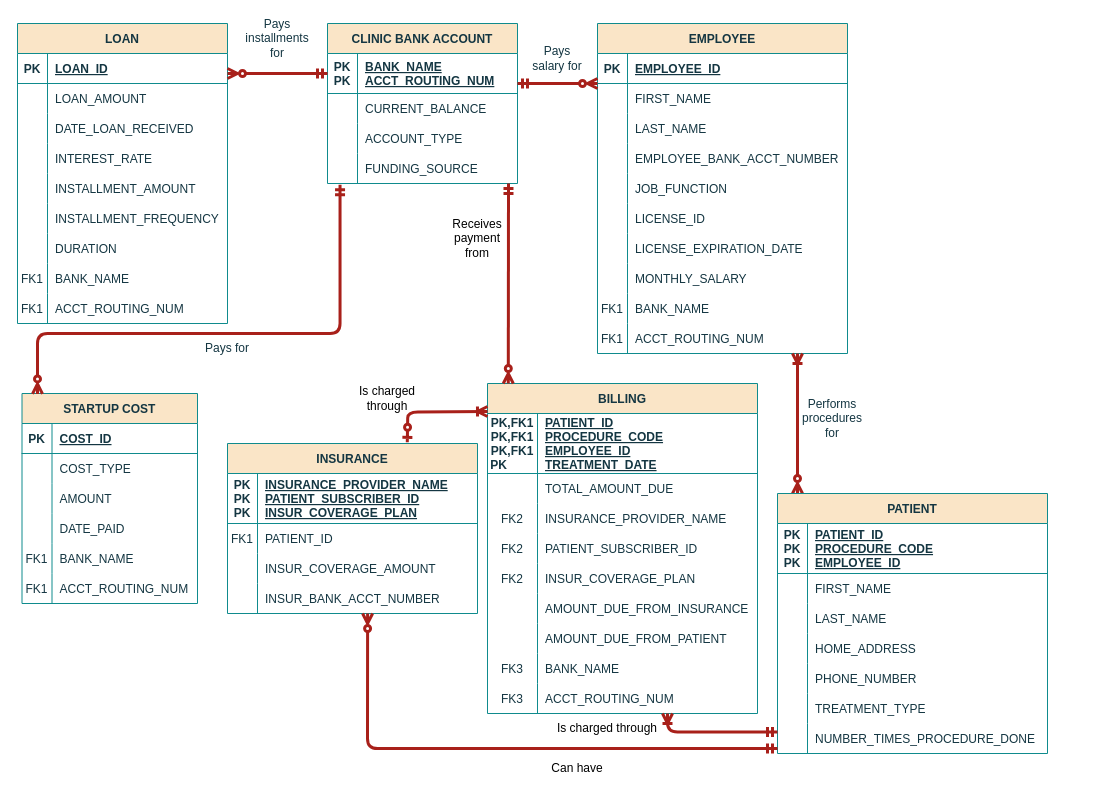
The draw.io diagram hw.drawio in donjuli990/HW1, before the edit. Source tidied: cells renumbered, new cells numbered last; positions are measured from the earlier drawing's top-left corner, leaving out a move shared by most shapes. Both pictures are drawn from the tidied source at 100%, with x=0, y=0 at pixel (17, 23).
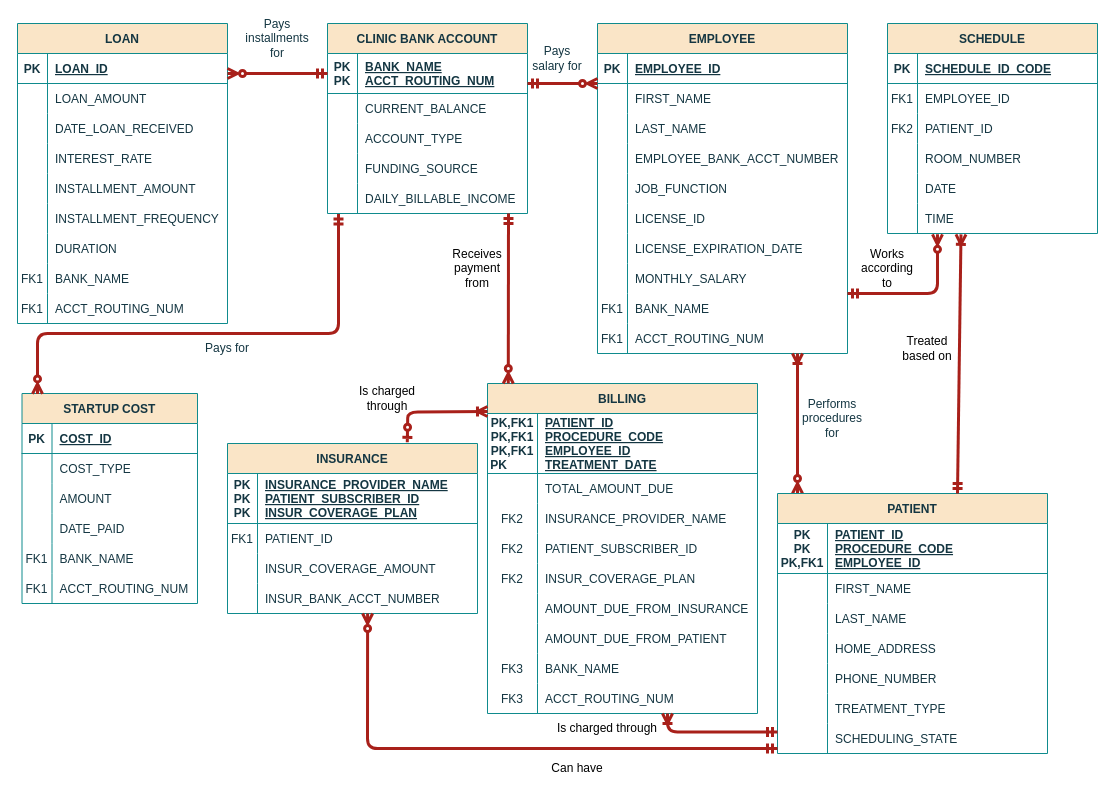
After the change.

The change refers to these unchanged cells:
```xml
<mxCell id="33" value="BILLING" style="shape=table;startSize=30;childLayout=tableLayout;rowLines=0;fontStyle=1;align=center;labelBackgroundColor=none;fillColor=#FAE5C7;strokeColor=#0F8B8D;fontColor=#143642;" parent="1" vertex="1">
  <mxGeometry x="470" y="360" width="270" height="330" as="geometry" />
</mxCell>
<mxCell id="147" style="shape=partialRectangle;fillColor=none;top=0;left=0;right=0;bottom=1;labelBackgroundColor=none;strokeColor=#0F8B8D;fontColor=#143642;" parent="146" vertex="1">
  <mxGeometry y="30" width="270" height="50" as="geometry" />
</mxCell>
<mxCell id="150" style="shape=partialRectangle;fillColor=none;top=0;left=0;right=0;bottom=0;labelBackgroundColor=none;strokeColor=#0F8B8D;fontColor=#143642;" parent="146" vertex="1">
  <mxGeometry y="80" width="270" height="30" as="geometry" />
</mxCell>
<mxCell id="153" style="shape=partialRectangle;fillColor=none;top=0;left=0;right=0;bottom=0;labelBackgroundColor=none;strokeColor=#0F8B8D;fontColor=#143642;" parent="146" vertex="1">
  <mxGeometry y="110" width="270" height="30" as="geometry" />
</mxCell>
<mxCell id="156" style="shape=partialRectangle;fillColor=none;top=0;left=0;right=0;bottom=0;labelBackgroundColor=none;strokeColor=#0F8B8D;fontColor=#143642;" parent="146" vertex="1">
  <mxGeometry y="140" width="270" height="30" as="geometry" />
</mxCell>
<mxCell id="159" style="shape=partialRectangle;fillColor=none;top=0;left=0;right=0;bottom=0;labelBackgroundColor=none;strokeColor=#0F8B8D;fontColor=#143642;" parent="146" vertex="1">
  <mxGeometry y="170" width="270" height="30" as="geometry" />
</mxCell>
<mxCell id="162" style="shape=partialRectangle;fillColor=none;top=0;left=0;right=0;bottom=0;labelBackgroundColor=none;strokeColor=#0F8B8D;fontColor=#143642;" parent="146" vertex="1">
  <mxGeometry y="200" width="270" height="30" as="geometry" />
</mxCell>
<mxCell id="165" style="shape=partialRectangle;fillColor=none;points=[[0,0.5],[1,0.5]];portConstraint=eastwest;top=0;left=0;right=0;bottom=0;labelBackgroundColor=none;strokeColor=#0F8B8D;fontColor=#143642;" parent="146" vertex="1">
  <mxGeometry y="230" width="270" height="30" as="geometry" />
</mxCell>
```

Change to the diagram source:
```diff
@@
-    <mxCell id="123" style="endArrow=ERzeroToMany;startArrow=ERmandOne;endFill=0;startFill=0;labelBackgroundColor=none;strokeColor=#A8201A;fontColor=default;entryX=0.358;entryY=0.002;entryDx=0;entryDy=0;entryPerimeter=0;strokeWidth=3;edgeStyle=elbowEdgeStyle;elbow=vertical;exitX=0.066;exitY=1.044;exitDx=0;exitDy=0;exitPerimeter=0;" parent="1" edge="1" source="134">
+    <mxCell id="123" style="endArrow=ERzeroToMany;startArrow=ERmandOne;endFill=0;startFill=0;labelBackgroundColor=none;strokeColor=#A8201A;fontColor=default;entryX=0.358;entryY=0.002;entryDx=0;entryDy=0;entryPerimeter=0;strokeWidth=3;edgeStyle=elbowEdgeStyle;elbow=vertical;exitX=0.055;exitY=1.02;exitDx=0;exitDy=0;exitPerimeter=0;" parent="1" edge="1" source="172">
       <mxGeometry relative="1" as="geometry">
         <mxPoint x="20" y="370.4" as="targetPoint" />
         <Array as="points">
           <mxPoint x="202.7" y="310" />
         </Array>
       </mxGeometry>
     </mxCell>
     <mxCell id="124" value="CLINIC BANK ACCOUNT" style="shape=table;startSize=30;childLayout=tableLayout;rowLines=0;fontStyle=1;align=center;labelBackgroundColor=none;fillColor=#FAE5C7;strokeColor=#0F8B8D;fontColor=#143642;" parent="1" vertex="1">
-      <mxGeometry x="310" width="190" height="160" as="geometry" />
+      <mxGeometry x="310" width="200" height="190" as="geometry" />
     </mxCell>
     <mxCell id="125" style="shape=partialRectangle;fillColor=none;top=0;left=0;right=0;bottom=1;labelBackgroundColor=none;strokeColor=#0F8B8D;fontColor=#143642;" parent="124" vertex="1">
-      <mxGeometry y="30" width="190" height="40" as="geometry" />
+      <mxGeometry y="30" width="200" height="40" as="geometry" />
     </mxCell>
@@
     <mxCell id="127" value="BANK_NAME&#10;ACCT_ROUTING_NUM" style="shape=partialRectangle;overflow=hidden;fillColor=none;top=0;left=0;bottom=0;right=0;align=left;spacingLeft=6;fontStyle=5;labelBackgroundColor=none;strokeColor=#0F8B8D;fontColor=#143642;" parent="125" vertex="1">
-      <mxGeometry x="30" width="160" height="40" as="geometry" />
+      <mxGeometry x="30" width="170" height="40" as="geometry" />
     </mxCell>
     <mxCell id="128" style="shape=partialRectangle;fillColor=none;top=0;left=0;right=0;bottom=0;labelBackgroundColor=none;strokeColor=#0F8B8D;fontColor=#143642;" parent="124" vertex="1">
-      <mxGeometry y="70" width="190" height="30" as="geometry" />
+      <mxGeometry y="70" width="200" height="30" as="geometry" />
     </mxCell>
@@
     <mxCell id="130" value="CURRENT_BALANCE" style="shape=partialRectangle;overflow=hidden;fillColor=none;top=0;left=0;bottom=0;right=0;align=left;spacingLeft=6;labelBackgroundColor=none;strokeColor=#0F8B8D;fontColor=#143642;" parent="128" vertex="1">
-      <mxGeometry x="30" width="160" height="30" as="geometry" />
+      <mxGeometry x="30" width="170" height="30" as="geometry" />
     </mxCell>
     <mxCell id="131" style="shape=partialRectangle;fillColor=none;top=0;left=0;right=0;bottom=0;labelBackgroundColor=none;strokeColor=#0F8B8D;fontColor=#143642;" parent="124" vertex="1">
-      <mxGeometry y="100" width="190" height="30" as="geometry" />
+      <mxGeometry y="100" width="200" height="30" as="geometry" />
     </mxCell>
@@
     <mxCell id="133" value="ACCOUNT_TYPE" style="shape=partialRectangle;overflow=hidden;fillColor=none;top=0;left=0;bottom=0;right=0;align=left;spacingLeft=6;labelBackgroundColor=none;strokeColor=#0F8B8D;fontColor=#143642;" parent="131" vertex="1">
-      <mxGeometry x="30" width="160" height="30" as="geometry" />
+      <mxGeometry x="30" width="170" height="30" as="geometry" />
     </mxCell>
     <mxCell id="134" style="shape=partialRectangle;fillColor=none;points=[[0,0.5],[1,0.5]];portConstraint=eastwest;top=0;left=0;right=0;bottom=0;labelBackgroundColor=none;strokeColor=#0F8B8D;fontColor=#143642;" parent="124" vertex="1">
-      <mxGeometry y="130" width="190" height="30" as="geometry" />
+      <mxGeometry y="130" width="200" height="30" as="geometry" />
     </mxCell>
@@
     <mxCell id="136" value="FUNDING_SOURCE" style="shape=partialRectangle;overflow=hidden;fillColor=none;top=0;left=0;bottom=0;right=0;align=left;spacingLeft=6;labelBackgroundColor=none;strokeColor=#0F8B8D;fontColor=#143642;" parent="134" vertex="1">
-      <mxGeometry x="30" width="160" height="30" as="geometry" />
+      <mxGeometry x="30" width="170" height="30" as="geometry" />
     </mxCell>
+    <mxCell id="172" style="shape=partialRectangle;fillColor=none;points=[[0,0.5],[1,0.5]];portConstraint=eastwest;top=0;left=0;right=0;bottom=0;labelBackgroundColor=none;strokeColor=#0F8B8D;fontColor=#143642;" parent="124" vertex="1">
+      <mxGeometry y="160" width="200" height="30" as="geometry" />
+    </mxCell>
+    <mxCell id="173" style="shape=partialRectangle;overflow=hidden;fillColor=none;top=0;left=0;bottom=0;right=0;labelBackgroundColor=none;strokeColor=#0F8B8D;fontColor=#143642;" parent="172" vertex="1">
+      <mxGeometry width="30" height="30" as="geometry" />
+    </mxCell>
+    <mxCell id="174" value="DAILY_BILLABLE_INCOME" style="shape=partialRectangle;overflow=hidden;fillColor=none;top=0;left=0;bottom=0;right=0;align=left;spacingLeft=6;labelBackgroundColor=none;strokeColor=#0F8B8D;fontColor=#143642;" parent="172" vertex="1">
+      <mxGeometry x="30" width="170" height="30" as="geometry" />
+    </mxCell>
@@
     <mxCell id="139" style="endArrow=ERmandOne;startArrow=ERzeroToMany;endFill=0;startFill=0;labelBackgroundColor=none;strokeColor=#A8201A;fontColor=default;strokeWidth=3;" parent="1" edge="1">
       <mxGeometry relative="1" as="geometry">
         <mxPoint x="580" y="60" as="sourcePoint" />
-        <mxPoint x="500" y="60" as="targetPoint" />
+        <mxPoint x="510" y="60" as="targetPoint" />
       </mxGeometry>
     </mxCell>
     <mxCell id="140" style="endArrow=ERzeroToMany;startArrow=ERmandOne;endFill=0;startFill=0;labelBackgroundColor=none;strokeColor=#A8201A;fontColor=default;strokeWidth=3;entryX=0.077;entryY=0;entryDx=0;entryDy=0;entryPerimeter=0;" parent="1" edge="1" target="33">
       <mxGeometry relative="1" as="geometry">
-        <mxPoint x="491" y="160" as="sourcePoint" />
+        <mxPoint x="491" y="190" as="sourcePoint" />
       </mxGeometry>
     </mxCell>
@@
     <mxCell id="142" value="Receives payment from" style="text;html=1;align=center;verticalAlign=middle;whiteSpace=wrap;rounded=0;" parent="1" vertex="1">
-      <mxGeometry x="430" y="200" width="60" height="30" as="geometry" />
+      <mxGeometry x="430" y="230" width="60" height="30" as="geometry" />
     </mxCell>
@@
-    <mxCell id="148" value="PK&#10;PK&#10;PK" style="shape=partialRectangle;overflow=hidden;fillColor=none;top=0;left=0;bottom=0;right=0;fontStyle=1;labelBackgroundColor=none;strokeColor=#0F8B8D;fontColor=#143642;" parent="147" vertex="1">
-      <mxGeometry width="30" height="50" as="geometry" />
+    <mxCell id="148" value="PK&#10;PK&#10;PK,FK1" style="shape=partialRectangle;overflow=hidden;fillColor=none;top=0;left=0;bottom=0;right=0;fontStyle=1;labelBackgroundColor=none;strokeColor=#0F8B8D;fontColor=#143642;" parent="147" vertex="1">
+      <mxGeometry width="50" height="50" as="geometry" />
     </mxCell>
     <mxCell id="149" value="PATIENT_ID&#10;PROCEDURE_CODE&#10;EMPLOYEE_ID" style="shape=partialRectangle;overflow=hidden;fillColor=none;top=0;left=0;bottom=0;right=0;align=left;spacingLeft=6;fontStyle=5;labelBackgroundColor=none;strokeColor=#0F8B8D;fontColor=#143642;" parent="147" vertex="1">
-      <mxGeometry x="30" width="240" height="50" as="geometry" />
+      <mxGeometry x="50" width="220" height="50" as="geometry" />
     </mxCell>
@@
     <mxCell id="151" style="shape=partialRectangle;overflow=hidden;fillColor=none;top=0;left=0;bottom=0;right=0;labelBackgroundColor=none;strokeColor=#0F8B8D;fontColor=#143642;" parent="150" vertex="1">
-      <mxGeometry width="30" height="30" as="geometry" />
+      <mxGeometry width="50" height="30" as="geometry" />
     </mxCell>
     <mxCell id="152" value="FIRST_NAME" style="shape=partialRectangle;overflow=hidden;fillColor=none;top=0;left=0;bottom=0;right=0;align=left;spacingLeft=6;labelBackgroundColor=none;strokeColor=#0F8B8D;fontColor=#143642;" parent="150" vertex="1">
-      <mxGeometry x="30" width="240" height="30" as="geometry" />
+      <mxGeometry x="50" width="220" height="30" as="geometry" />
     </mxCell>
@@
     <mxCell id="154" style="shape=partialRectangle;overflow=hidden;fillColor=none;top=0;left=0;bottom=0;right=0;labelBackgroundColor=none;strokeColor=#0F8B8D;fontColor=#143642;" parent="153" vertex="1">
-      <mxGeometry width="30" height="30" as="geometry" />
+      <mxGeometry width="50" height="30" as="geometry" />
     </mxCell>
     <mxCell id="155" value="LAST_NAME" style="shape=partialRectangle;overflow=hidden;fillColor=none;top=0;left=0;bottom=0;right=0;align=left;spacingLeft=6;labelBackgroundColor=none;strokeColor=#0F8B8D;fontColor=#143642;" parent="153" vertex="1">
-      <mxGeometry x="30" width="240" height="30" as="geometry" />
+      <mxGeometry x="50" width="220" height="30" as="geometry" />
     </mxCell>
@@
     <mxCell id="157" style="shape=partialRectangle;overflow=hidden;fillColor=none;top=0;left=0;bottom=0;right=0;labelBackgroundColor=none;strokeColor=#0F8B8D;fontColor=#143642;" parent="156" vertex="1">
-      <mxGeometry width="30" height="30" as="geometry" />
+      <mxGeometry width="50" height="30" as="geometry" />
     </mxCell>
     <mxCell id="158" value="HOME_ADDRESS" style="shape=partialRectangle;overflow=hidden;fillColor=none;top=0;left=0;bottom=0;right=0;align=left;spacingLeft=6;labelBackgroundColor=none;strokeColor=#0F8B8D;fontColor=#143642;" parent="156" vertex="1">
-      <mxGeometry x="30" width="240" height="30" as="geometry" />
+      <mxGeometry x="50" width="220" height="30" as="geometry" />
     </mxCell>
@@
     <mxCell id="160" style="shape=partialRectangle;overflow=hidden;fillColor=none;top=0;left=0;bottom=0;right=0;labelBackgroundColor=none;strokeColor=#0F8B8D;fontColor=#143642;" parent="159" vertex="1">
-      <mxGeometry width="30" height="30" as="geometry" />
+      <mxGeometry width="50" height="30" as="geometry" />
     </mxCell>
     <mxCell id="161" value="PHONE_NUMBER" style="shape=partialRectangle;overflow=hidden;fillColor=none;top=0;left=0;bottom=0;right=0;align=left;spacingLeft=6;labelBackgroundColor=none;strokeColor=#0F8B8D;fontColor=#143642;" parent="159" vertex="1">
-      <mxGeometry x="30" width="240" height="30" as="geometry" />
+      <mxGeometry x="50" width="220" height="30" as="geometry" />
     </mxCell>
@@
     <mxCell id="163" style="shape=partialRectangle;overflow=hidden;fillColor=none;top=0;left=0;bottom=0;right=0;labelBackgroundColor=none;strokeColor=#0F8B8D;fontColor=#143642;" parent="162" vertex="1">
-      <mxGeometry width="30" height="30" as="geometry" />
+      <mxGeometry width="50" height="30" as="geometry" />
     </mxCell>
     <mxCell id="164" value="TREATMENT_TYPE" style="shape=partialRectangle;overflow=hidden;fillColor=none;top=0;left=0;bottom=0;right=0;align=left;spacingLeft=6;labelBackgroundColor=none;strokeColor=#0F8B8D;fontColor=#143642;" parent="162" vertex="1">
-      <mxGeometry x="30" width="240" height="30" as="geometry" />
+      <mxGeometry x="50" width="220" height="30" as="geometry" />
     </mxCell>
@@
     <mxCell id="166" style="shape=partialRectangle;overflow=hidden;fillColor=none;top=0;left=0;bottom=0;right=0;labelBackgroundColor=none;strokeColor=#0F8B8D;fontColor=#143642;" parent="165" vertex="1">
-      <mxGeometry width="30" height="30" as="geometry" />
+      <mxGeometry width="50" height="30" as="geometry" />
     </mxCell>
-    <mxCell id="167" value="NUMBER_TIMES_PROCEDURE_DONE" style="shape=partialRectangle;overflow=hidden;fillColor=none;top=0;left=0;bottom=0;right=0;align=left;spacingLeft=6;labelBackgroundColor=none;strokeColor=#0F8B8D;fontColor=#143642;" parent="165" vertex="1">
-      <mxGeometry x="30" width="240" height="30" as="geometry" />
+    <mxCell id="167" value="SCHEDULING_STATE" style="shape=partialRectangle;overflow=hidden;fillColor=none;top=0;left=0;bottom=0;right=0;align=left;spacingLeft=6;labelBackgroundColor=none;strokeColor=#0F8B8D;fontColor=#143642;" parent="165" vertex="1">
+      <mxGeometry x="50" width="220" height="30" as="geometry" />
     </mxCell>
@@
+    <mxCell id="175" value="SCHEDULE" style="shape=table;startSize=30;childLayout=tableLayout;rowLines=0;fontStyle=1;align=center;labelBackgroundColor=none;fillColor=#FAE5C7;strokeColor=#0F8B8D;fontColor=#143642;" parent="1" vertex="1">
+      <mxGeometry x="870" width="210" height="210" as="geometry" />
+    </mxCell>
+    <mxCell id="176" style="shape=partialRectangle;fillColor=none;top=0;left=0;right=0;bottom=1;labelBackgroundColor=none;strokeColor=#0F8B8D;fontColor=#143642;" parent="175" vertex="1">
+      <mxGeometry y="30" width="210" height="30" as="geometry" />
+    </mxCell>
+    <mxCell id="177" value="PK" style="shape=partialRectangle;overflow=hidden;fillColor=none;top=0;left=0;bottom=0;right=0;fontStyle=1;labelBackgroundColor=none;strokeColor=#0F8B8D;fontColor=#143642;" parent="176" vertex="1">
+      <mxGeometry width="30" height="30" as="geometry" />
+    </mxCell>
+    <mxCell id="178" value="SCHEDULE_ID_CODE" style="shape=partialRectangle;overflow=hidden;fillColor=none;top=0;left=0;bottom=0;right=0;align=left;spacingLeft=6;fontStyle=5;labelBackgroundColor=none;strokeColor=#0F8B8D;fontColor=#143642;" parent="176" vertex="1">
+      <mxGeometry x="30" width="180" height="30" as="geometry" />
+    </mxCell>
+    <mxCell id="179" style="shape=partialRectangle;fillColor=none;top=0;left=0;right=0;bottom=0;labelBackgroundColor=none;strokeColor=#0F8B8D;fontColor=#143642;" parent="175" vertex="1">
+      <mxGeometry y="60" width="210" height="30" as="geometry" />
+    </mxCell>
+    <mxCell id="180" value="FK1" style="shape=partialRectangle;overflow=hidden;fillColor=none;top=0;left=0;bottom=0;right=0;labelBackgroundColor=none;strokeColor=#0F8B8D;fontColor=#143642;" parent="179" vertex="1">
+      <mxGeometry width="30" height="30" as="geometry" />
+    </mxCell>
+    <mxCell id="181" value="EMPLOYEE_ID" style="shape=partialRectangle;overflow=hidden;fillColor=none;top=0;left=0;bottom=0;right=0;align=left;spacingLeft=6;labelBackgroundColor=none;strokeColor=#0F8B8D;fontColor=#143642;" parent="179" vertex="1">
+      <mxGeometry x="30" width="180" height="30" as="geometry" />
+    </mxCell>
+    <mxCell id="182" style="shape=partialRectangle;fillColor=none;top=0;left=0;right=0;bottom=0;labelBackgroundColor=none;strokeColor=#0F8B8D;fontColor=#143642;" parent="175" vertex="1">
+      <mxGeometry y="90" width="210" height="30" as="geometry" />
+    </mxCell>
+    <mxCell id="183" value="FK2" style="shape=partialRectangle;overflow=hidden;fillColor=none;top=0;left=0;bottom=0;right=0;labelBackgroundColor=none;strokeColor=#0F8B8D;fontColor=#143642;" parent="182" vertex="1">
+      <mxGeometry width="30" height="30" as="geometry" />
+    </mxCell>
+    <mxCell id="184" value="PATIENT_ID" style="shape=partialRectangle;overflow=hidden;fillColor=none;top=0;left=0;bottom=0;right=0;align=left;spacingLeft=6;labelBackgroundColor=none;strokeColor=#0F8B8D;fontColor=#143642;" parent="182" vertex="1">
+      <mxGeometry x="30" width="180" height="30" as="geometry" />
+    </mxCell>
+    <mxCell id="185" style="shape=partialRectangle;fillColor=none;top=0;left=0;right=0;bottom=0;labelBackgroundColor=none;strokeColor=#0F8B8D;fontColor=#143642;" parent="175" vertex="1">
+      <mxGeometry y="120" width="210" height="30" as="geometry" />
+    </mxCell>
+    <mxCell id="186" style="shape=partialRectangle;overflow=hidden;fillColor=none;top=0;left=0;bottom=0;right=0;labelBackgroundColor=none;strokeColor=#0F8B8D;fontColor=#143642;" parent="185" vertex="1">
+      <mxGeometry width="30" height="30" as="geometry" />
+    </mxCell>
+    <mxCell id="187" value="ROOM_NUMBER" style="shape=partialRectangle;overflow=hidden;fillColor=none;top=0;left=0;bottom=0;right=0;align=left;spacingLeft=6;labelBackgroundColor=none;strokeColor=#0F8B8D;fontColor=#143642;" parent="185" vertex="1">
+      <mxGeometry x="30" width="180" height="30" as="geometry" />
+    </mxCell>
+    <mxCell id="188" style="shape=partialRectangle;fillColor=none;top=0;left=0;right=0;bottom=0;labelBackgroundColor=none;strokeColor=#0F8B8D;fontColor=#143642;" parent="175" vertex="1">
+      <mxGeometry y="150" width="210" height="30" as="geometry" />
+    </mxCell>
+    <mxCell id="189" style="shape=partialRectangle;overflow=hidden;fillColor=none;top=0;left=0;bottom=0;right=0;labelBackgroundColor=none;strokeColor=#0F8B8D;fontColor=#143642;" parent="188" vertex="1">
+      <mxGeometry width="30" height="30" as="geometry" />
+    </mxCell>
+    <mxCell id="190" value="DATE" style="shape=partialRectangle;overflow=hidden;fillColor=none;top=0;left=0;bottom=0;right=0;align=left;spacingLeft=6;labelBackgroundColor=none;strokeColor=#0F8B8D;fontColor=#143642;" parent="188" vertex="1">
+      <mxGeometry x="30" width="180" height="30" as="geometry" />
+    </mxCell>
+    <mxCell id="191" style="shape=partialRectangle;fillColor=none;points=[[0,0.5],[1,0.5]];portConstraint=eastwest;top=0;left=0;right=0;bottom=0;labelBackgroundColor=none;strokeColor=#0F8B8D;fontColor=#143642;" parent="175" vertex="1">
+      <mxGeometry y="180" width="210" height="30" as="geometry" />
+    </mxCell>
+    <mxCell id="192" style="shape=partialRectangle;overflow=hidden;fillColor=none;top=0;left=0;bottom=0;right=0;labelBackgroundColor=none;strokeColor=#0F8B8D;fontColor=#143642;" parent="191" vertex="1">
+      <mxGeometry width="30" height="30" as="geometry" />
+    </mxCell>
+    <mxCell id="193" value="TIME" style="shape=partialRectangle;overflow=hidden;fillColor=none;top=0;left=0;bottom=0;right=0;align=left;spacingLeft=6;labelBackgroundColor=none;strokeColor=#0F8B8D;fontColor=#143642;" parent="191" vertex="1">
+      <mxGeometry x="30" width="180" height="30" as="geometry" />
+    </mxCell>
+    <mxCell id="194" style="endArrow=ERmandOne;startArrow=ERzeroToMany;endFill=0;startFill=0;labelBackgroundColor=none;strokeColor=#A8201A;fontColor=default;strokeWidth=3;edgeStyle=elbowEdgeStyle;exitX=0.238;exitY=1.029;exitDx=0;exitDy=0;exitPerimeter=0;" parent="1" edge="1" source="191">
+      <mxGeometry relative="1" as="geometry">
+        <mxPoint x="830" y="270" as="targetPoint" />
+        <Array as="points">
+          <mxPoint x="920" y="290" />
+        </Array>
+      </mxGeometry>
+    </mxCell>
+    <mxCell id="195" value="Works according to" style="text;html=1;align=center;verticalAlign=middle;whiteSpace=wrap;rounded=0;" parent="1" vertex="1">
+      <mxGeometry x="840" y="230" width="60" height="30" as="geometry" />
+    </mxCell>
+    <mxCell id="196" style="endArrow=ERmandOne;startArrow=ERoneToMany;endFill=0;startFill=0;labelBackgroundColor=none;strokeColor=#A8201A;fontColor=default;strokeWidth=3;exitX=0.35;exitY=1.029;exitDx=0;exitDy=0;exitPerimeter=0;" parent="1" edge="1" source="191">
+      <mxGeometry relative="1" as="geometry">
+        <mxPoint x="940" y="470" as="targetPoint" />
+      </mxGeometry>
+    </mxCell>
+    <mxCell id="197" value="Treated based on" style="text;html=1;align=center;verticalAlign=middle;whiteSpace=wrap;rounded=0;" parent="1" vertex="1">
+      <mxGeometry x="880" y="310" width="60" height="30" as="geometry" />
+    </mxCell>
```
